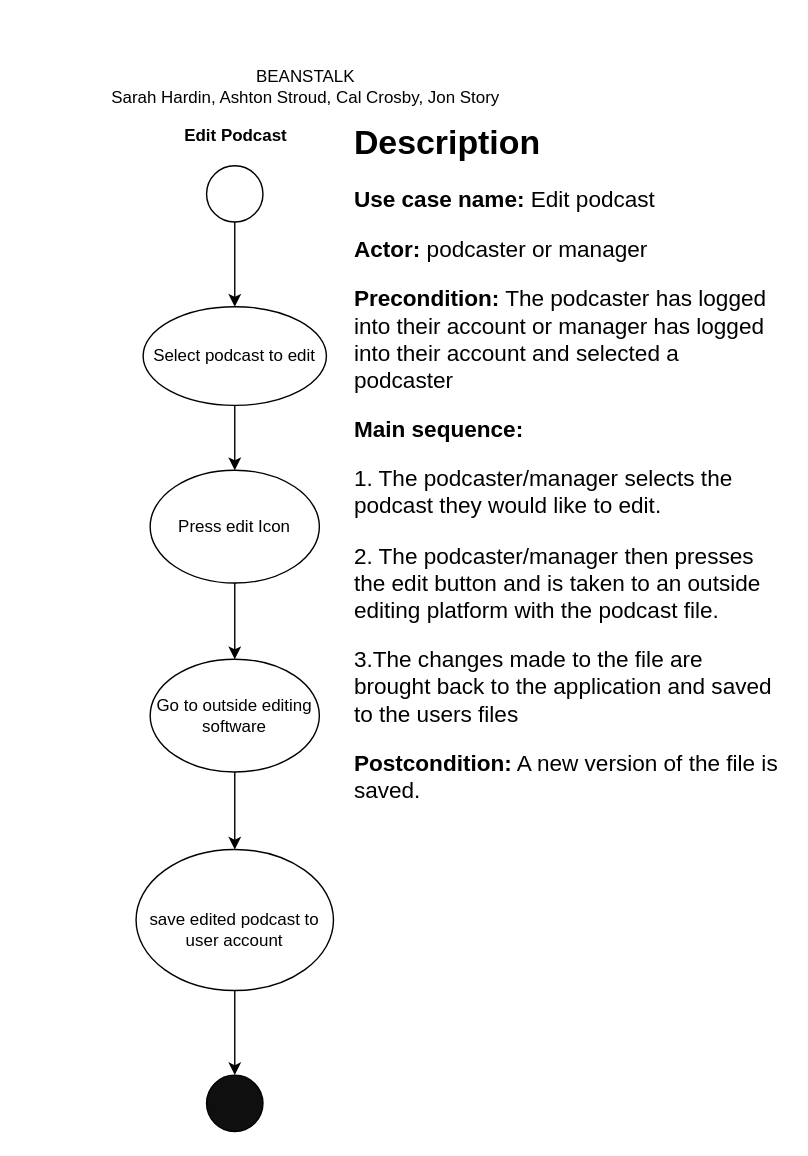
The draw.io diagram edit_podcast_activity.drawio in Glizzus/COMP-3700, before the edit. Source tidied: cells renumbered, new cells numbered last; positions are measured from the earlier drawing's top-left corner, leaving out a move shared by most shapes. Both pictures are drawn from the tidied source at 141%, with x=0, y=0 at pixel (93, 58).
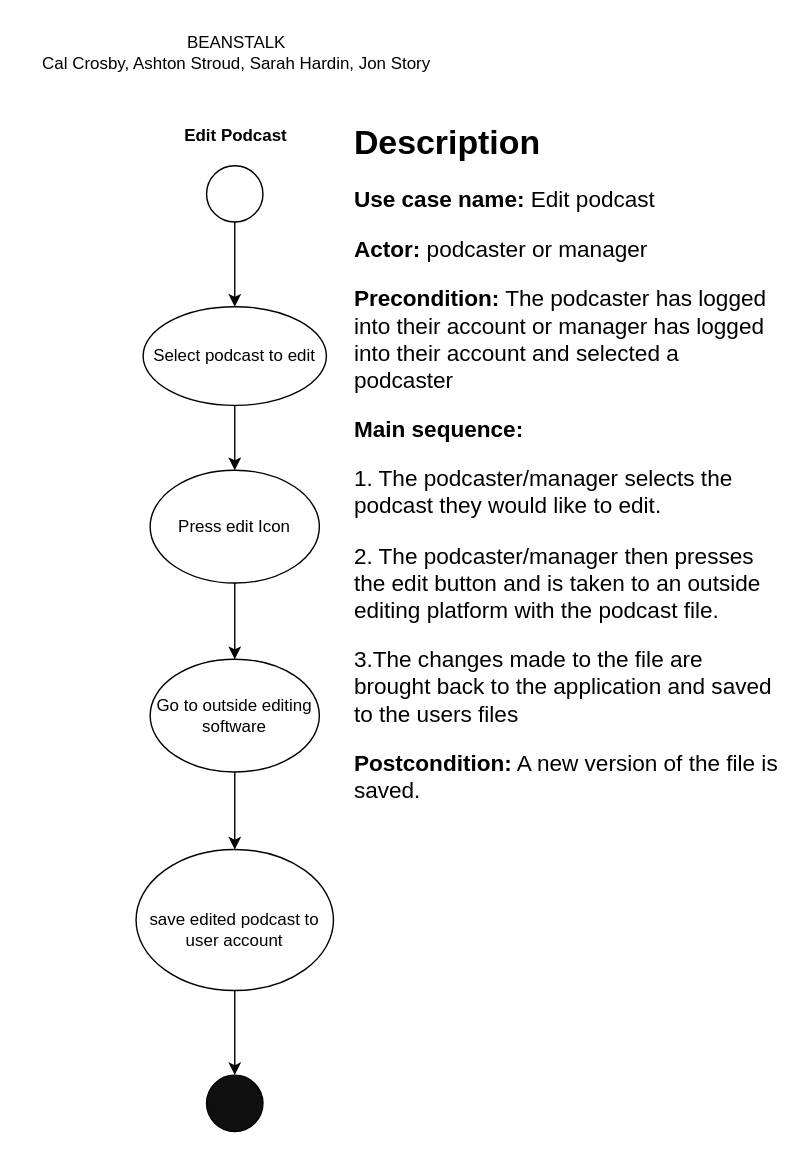
Above is the later version.

Diff of the diagram source:
```diff
@@
 <mxGraphModel>
   <root>
     <mxCell id="0" />
     <mxCell id="1" parent="0" />
     <mxCell id="2" style="edgeStyle=orthogonalEdgeStyle;rounded=0;jettySize=auto;html=1;exitX=0.5;exitY=1;exitDx=0;exitDy=0;" parent="1" edge="1" source="3" target="13">
       <mxGeometry relative="1" as="geometry" />
     </mxCell>
     <mxCell id="3" value="Select podcast to edit" style="ellipse;whiteSpace=wrap;html=1;" parent="1" vertex="1">
       <mxGeometry x="35" y="176" width="130" height="70" as="geometry" />
     </mxCell>
     <mxCell id="4" style="edgeStyle=orthogonalEdgeStyle;rounded=0;jettySize=auto;html=1;exitX=0.5;exitY=1;exitDx=0;exitDy=0;entryX=0.5;entryY=0;entryDx=0;entryDy=0;" parent="1" edge="1" source="5" target="8">
       <mxGeometry relative="1" as="geometry" />
     </mxCell>
     <mxCell id="5" value="Go to outside editing software" style="ellipse;whiteSpace=wrap;html=1;" parent="1" vertex="1">
       <mxGeometry x="40" y="426" width="120" height="80" as="geometry" />
     </mxCell>
     <mxCell id="6" style="endArrow=classic;html=1;rounded=0;exitX=0.5;exitY=1;exitDx=0;exitDy=0;entryX=0.5;entryY=0;entryDx=0;entryDy=0;" parent="1" edge="1" target="3">
       <mxGeometry relative="1" as="geometry">
         <mxPoint x="100" y="116" as="sourcePoint" />
       </mxGeometry>
     </mxCell>
     <mxCell id="7" style="edgeStyle=orthogonalEdgeStyle;rounded=0;jettySize=auto;html=1;exitX=0.5;exitY=1;exitDx=0;exitDy=0;entryX=0.5;entryY=0;entryDx=0;entryDy=0;" parent="1" edge="1" source="8" target="11">
       <mxGeometry relative="1" as="geometry" />
     </mxCell>
     <mxCell id="8" value="&lt;br&gt;save edited podcast to user account" style="ellipse;whiteSpace=wrap;html=1;" parent="1" vertex="1">
       <mxGeometry x="30" y="561" width="140" height="100" as="geometry" />
     </mxCell>
     <mxCell id="9" value="Edit Podcast" style="text;html=15;strokeColor=none;fillColor=none;align=center;verticalAlign=middle;whiteSpace=wrap;rounded=0;fontStyle=1;" parent="1" vertex="1">
       <mxGeometry x="41" y="40" width="120" height="30" as="geometry" />
     </mxCell>
     <mxCell id="10" style="ellipse;whiteSpace=wrap;html=1;" parent="1" vertex="1">
       <mxGeometry x="80" y="76" width="40" height="40" as="geometry" />
     </mxCell>
     <mxCell id="11" style="ellipse;whiteSpace=wrap;html=1;fillColor=#0f0f0f;" parent="1" vertex="1">
       <mxGeometry x="80" y="721" width="40" height="40" as="geometry" />
     </mxCell>
     <mxCell id="12" style="edgeStyle=orthogonalEdgeStyle;rounded=0;jettySize=auto;html=1;exitX=0.5;exitY=1;exitDx=0;exitDy=0;entryX=0.5;entryY=0;entryDx=0;entryDy=0;" parent="1" edge="1" source="13" target="5">
       <mxGeometry relative="1" as="geometry" />
     </mxCell>
     <mxCell id="13" value="Press edit Icon" style="ellipse;whiteSpace=wrap;html=1;" parent="1" vertex="1">
       <mxGeometry x="40" y="292" width="120" height="80" as="geometry" />
     </mxCell>
     <mxCell id="14" value="&lt;h1&gt;Description&lt;/h1&gt;&lt;p style=&quot;font-size: 16px;&quot;&gt;&lt;b&gt;Use case name: &lt;/b&gt;Edit podcast&lt;/p&gt;&lt;p style=&quot;font-size: 16px;&quot;&gt;&lt;b&gt;Actor:&lt;/b&gt; podcaster or manager&lt;/p&gt;&lt;p style=&quot;font-size: 16px;&quot;&gt;&lt;b&gt;Precondition:&lt;/b&gt; The podcaster has logged into their account or manager has logged into their account and selected a podcaster&lt;/p&gt;&lt;p style=&quot;font-size: 16px;&quot;&gt;&lt;b&gt;Main sequence:&lt;/b&gt;&lt;/p&gt;&lt;p style=&quot;font-size: 16px;&quot;&gt;1. The podcaster/manager selects the podcast they would like to edit.&amp;nbsp;&lt;/p&gt;&lt;p style=&quot;font-size: 16px;&quot;&gt;2. The podcaster/manager then presses the edit button and is taken to an outside editing platform with the podcast file.&amp;nbsp;&lt;/p&gt;&lt;p style=&quot;font-size: 16px;&quot;&gt;3.The changes made to the file are brought back to the application and saved to the users files&lt;/p&gt;&lt;p style=&quot;font-size: 16px;&quot;&gt;&lt;b&gt;Postcondition:&lt;/b&gt; A new version of the file is saved.&lt;/p&gt;" style="text;html=1;strokeColor=none;fillColor=none;spacing=5;spacingTop=-20;whiteSpace=wrap;overflow=hidden;rounded=0;" parent="1" vertex="1">
       <mxGeometry x="180" y="40" width="310" height="526" as="geometry" />
     </mxCell>
-    <mxCell id="15" value="BEANSTALK&lt;br&gt;Sarah Hardin, Ashton Stroud, Cal Crosby, Jon Story" style="text;html=1;align=center;verticalAlign=middle;strokeColor=none;fillColor=none;" parent="1" vertex="1">
-      <mxGeometry width="300" height="40" as="geometry" />
-    </mxCell>
+    <mxCell id="16" value="BEANSTALK&lt;br&gt;Cal Crosby, Ashton Stroud, Sarah Hardin, Jon Story" style="text;html=1;align=center;verticalAlign=middle;strokeColor=none;fillColor=none;" parent="1" vertex="1">
+      <mxGeometry x="-49" y="-24" width="300" height="40" as="geometry" />
+    </mxCell>
   </root>
 </mxGraphModel>
```
